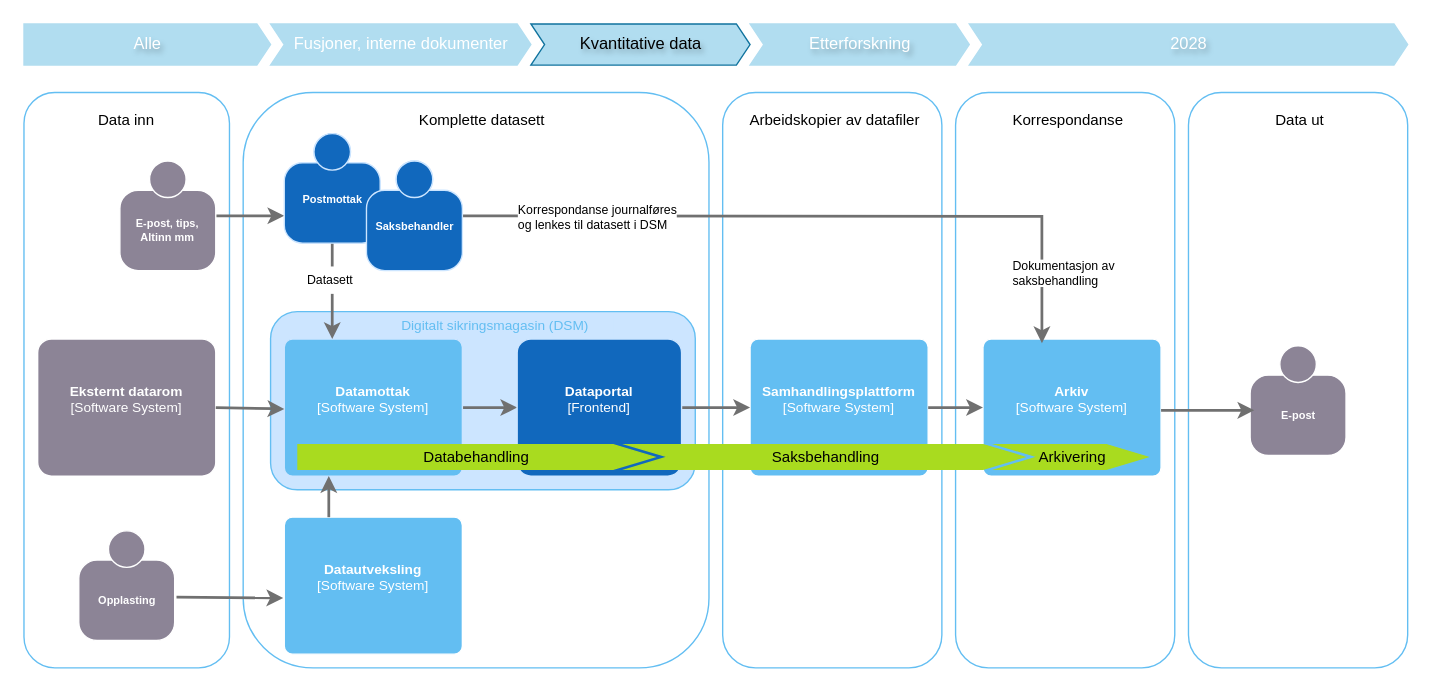
Before: page "2026 Kvantitative data" (3 of 8) of dataflyt.drawio in mortenee/draw.io, a draw.io diagram. Source tidied: cells renumbered, new cells numbered last; positions are measured from the earlier drawing's top-left corner, leaving out a move shared by most shapes. Both pictures are drawn from the tidied source at 137%, with x=0, y=0 at pixel (23, 23).
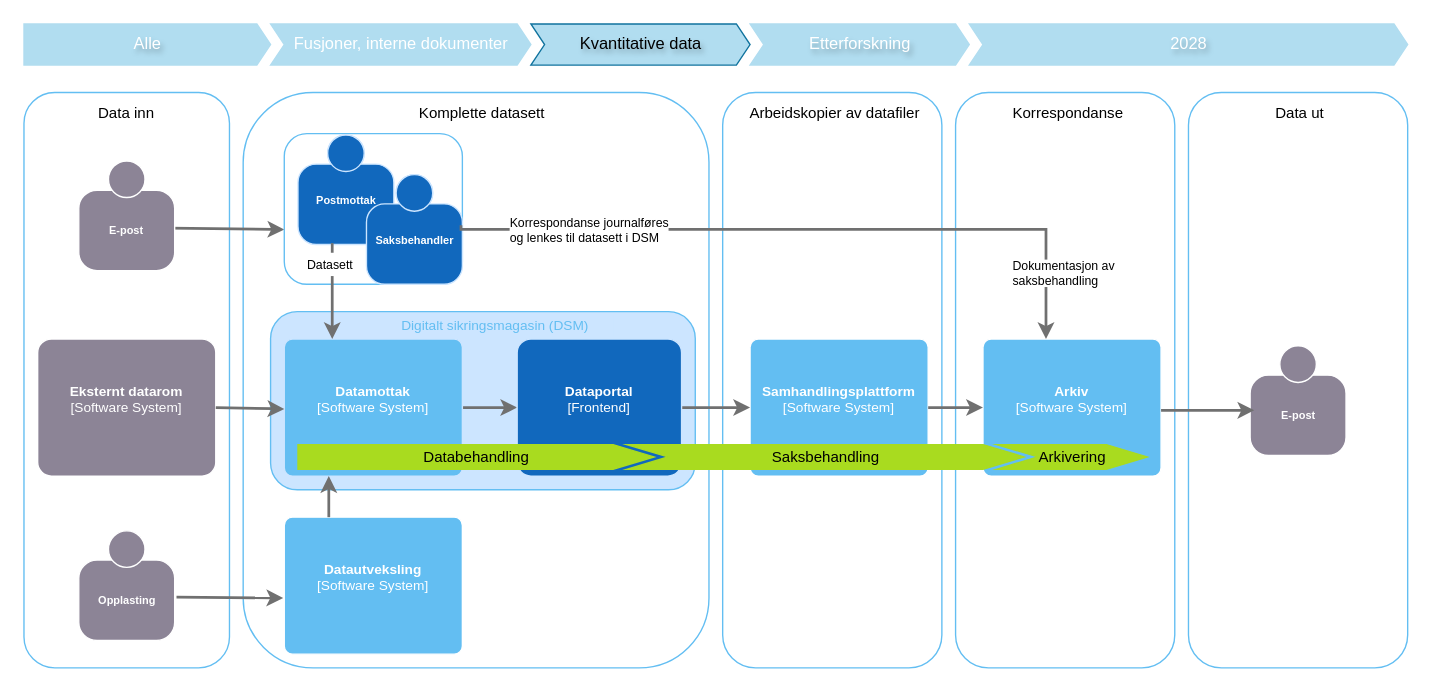
The same page after the edit.

The change refers to these unchanged cells:
```xml
<object id="8" label="&lt;b&gt;%c4Name%&lt;/b&gt;&lt;div&gt;[%c4Type%]&lt;/div&gt;&lt;br&gt;&lt;div&gt;%c4Description%&lt;/div&gt;" c4Description="" c4Name="Arkiv" c4Type="Software System" placeholders="1">
  <mxCell style="rounded=1;whiteSpace=wrap;html=1;labelBackgroundColor=none;fillColor=#63BEF2;align=center;arcSize=6;strokeColor=#FFFFFF;metaData={&quot;c4Type&quot;:{&quot;editable&quot;:false}};points=[[0.25,0,0],[0.5,0,0],[0.75,0,0],[1,0.25,0],[1,0.5,0],[1,0.75,0],[0.75,1,0],[0.5,1,0],[0.25,1,0],[0,0.75,0],[0,0.5,0],[0,0.25,0]];verticalAlign=middle;fontFamily=Helvetica;fontSize=10;fontColor=#ffffff;" parent="1" vertex="1">
    <mxGeometry x="700" y="230" width="130" height="100" as="geometry" />
  </mxCell>
</object>
```

Diff of the diagram source:
```diff
@@
     <mxCell id="10" value="Data inn" style="whiteSpace=wrap;html=1;gradientColor=none;strokeColor=none;fontSize=11;" parent="1" vertex="1">
-      <mxGeometry x="31" y="60" width="88" height="20" as="geometry" />
+      <mxGeometry x="31" y="55" width="88" height="20" as="geometry" />
     </mxCell>
     <mxCell id="11" value="&amp;nbsp; &amp;nbsp;Komplette datasett" style="whiteSpace=wrap;html=1;gradientColor=none;strokeColor=none;fontSize=11;" parent="1" vertex="1">
-      <mxGeometry x="214" y="60" width="232" height="20" as="geometry" />
+      <mxGeometry x="214" y="55" width="232" height="20" as="geometry" />
     </mxCell>
     <mxCell id="12" value="Arbeidskopier av datafiler" style="whiteSpace=wrap;html=1;gradientColor=none;strokeColor=none;align=left;fontSize=11;" parent="1" vertex="1">
-      <mxGeometry x="528" y="60" width="130" height="20" as="geometry" />
+      <mxGeometry x="528" y="55" width="130" height="20" as="geometry" />
     </mxCell>
     <mxCell id="13" value="Korrespondanse" style="whiteSpace=wrap;html=1;gradientColor=none;strokeColor=none;align=left;fontSize=11;" parent="1" vertex="1">
-      <mxGeometry x="720" y="60" width="105" height="20" as="geometry" />
+      <mxGeometry x="720" y="55" width="105" height="20" as="geometry" />
     </mxCell>
@@
     <mxCell id="20" value="Data ut" style="whiteSpace=wrap;html=1;gradientColor=none;strokeColor=none;fontSize=11;" parent="1" vertex="1">
-      <mxGeometry x="895" y="60" width="72.5" height="20" as="geometry" />
+      <mxGeometry x="895" y="55" width="72.5" height="20" as="geometry" />
     </mxCell>
@@
-    <mxCell id="37" style="edgeStyle=none;rounded=0;jettySize=auto;html=1;strokeColor=#707070;strokeWidth=2;fontColor=#707070;entryX=0;entryY=0.5;entryDx=0;entryDy=0;entryPerimeter=0;" parent="1" edge="1" source="38">
+    <mxCell id="37" style="edgeStyle=none;rounded=0;jettySize=auto;html=1;strokeColor=#707070;strokeWidth=2;fontColor=#707070;exitX=0.943;exitY=0.613;exitDx=0;exitDy=0;exitPerimeter=0;" parent="1" edge="1" source="38">
       <mxGeometry relative="1" as="geometry">
-        <mxPoint x="190" y="140" as="targetPoint" />
+        <mxPoint x="190" y="150" as="targetPoint" />
       </mxGeometry>
     </mxCell>
-    <object id="38" label="&lt;b&gt;%c4Name%&lt;/b&gt;&lt;div&gt;%c4Description%&lt;/div&gt;" c4Description="" c4Name="E-post, tips, Altinn mm" placeholders="1">
+    <object id="38" label="&lt;b&gt;%c4Name%&lt;/b&gt;&lt;div&gt;%c4Description%&lt;/div&gt;" c4Description="" c4Name="E-post" placeholders="1">
       <mxCell style="html=1;dashed=0;whitespace=wrap;fillColor=#8C8496;strokeColor=#FFFFFF;fontColor=#ffffff;shape=mxgraph.c4.person;align=center;points=[[0.5,0,0],[1,0.5,0],[1,0.75,0],[0.75,1,0],[0.5,1,0],[0.25,1,0],[0,0.75,0],[0,0.5,0]];metaData={&quot;c4Type&quot;:{&quot;editable&quot;:false}};rounded=1;verticalAlign=middle;arcSize=10;fontFamily=Helvetica;fontSize=8;labelBackgroundColor=none;whiteSpace=wrap;" parent="1" vertex="1">
-        <mxGeometry x="70" y="100" width="70" height="80" as="geometry" />
+        <mxGeometry x="40" y="100" width="70" height="80" as="geometry" />
       </mxCell>
     </object>
-    <mxCell id="39" style="edgeStyle=orthogonalEdgeStyle;rounded=0;jettySize=auto;html=1;strokeColor=#707070;strokeWidth=2;fontColor=#707070;entryX=0.331;entryY=0.03;entryDx=0;entryDy=0;entryPerimeter=0;" parent="1" edge="1" target="8">
-      <mxGeometry relative="1" as="geometry">
-        <mxPoint x="320" y="140" as="sourcePoint" />
-      </mxGeometry>
-    </mxCell>
-    <mxCell id="40" value="Korrespondanse journalføres&lt;div&gt;&lt;span style=&quot;color: light-dark(rgb(0, 0, 0), rgb(255, 255, 255));&quot;&gt;og lenkes&amp;nbsp;&lt;/span&gt;&lt;span style=&quot;color: light-dark(rgb(0, 0, 0), rgb(255, 255, 255));&quot;&gt;til datasett i DSM&lt;/span&gt;&lt;/div&gt;" style="edgeLabel;html=1;align=left;verticalAlign=middle;fontSize=9;" parent="39" vertex="1">
-      <mxGeometry x="-0.74" y="-1" relative="1" as="geometry">
-        <mxPoint x="-28" y="-1" as="offset" />
-      </mxGeometry>
-    </mxCell>
-    <mxCell id="41" style="edgeStyle=none;rounded=0;jettySize=auto;html=1;strokeColor=#707070;strokeWidth=2;fontColor=#707070;exitX=0.5;exitY=1;exitDx=0;exitDy=0;exitPerimeter=0;" parent="1" edge="1" source="42">
-      <mxGeometry relative="1" as="geometry">
-        <mxPoint x="225" y="230" as="targetPoint" />
-      </mxGeometry>
-    </mxCell>
+    <mxCell id="46" style="rounded=1;whiteSpace=wrap;html=1;labelBorderColor=none;shadow=0;strokeColor=#63BEF2;" parent="1" vertex="1">
+      <mxGeometry x="190" y="80" width="130" height="110" as="geometry" />
+    </mxCell>
     <object id="42" label="&lt;b&gt;%c4Name%&lt;/b&gt;&lt;div&gt;%c4Description%&lt;/div&gt;" c4Description="" c4Name=" Postmottak" placeholders="1">
       <mxCell style="html=1;dashed=0;whitespace=wrap;fillColor=#1168BD;strokeColor=#CCE5FF;fontColor=#ffffff;shape=mxgraph.c4.person;align=center;points=[[0.5,0,0],[1,0.5,0],[1,0.75,0],[0.75,1,0],[0.5,1,0],[0.25,1,0],[0,0.75,0],[0,0.5,0]];metaData={&quot;c4Type&quot;:{&quot;editable&quot;:false}};rounded=1;verticalAlign=middle;arcSize=10;fontFamily=Helvetica;fontSize=8;labelBackgroundColor=none;spacingBottom=6;" parent="1" vertex="1">
-        <mxGeometry x="190" y="80" width="70" height="80" as="geometry" />
+        <mxGeometry x="200" y="81" width="70" height="80" as="geometry" />
       </mxCell>
     </object>
     <object id="43" label="&lt;b&gt;%c4Name%&lt;/b&gt;&lt;div&gt;%c4Description%&lt;/div&gt;" c4Description="" c4Name="Saksbehandler" placeholders="1">
       <mxCell style="html=1;dashed=0;whitespace=wrap;fillColor=#1168BD;strokeColor=#CCE5FF;fontColor=#ffffff;shape=mxgraph.c4.person;align=center;metaData={&quot;c4Type&quot;:{&quot;editable&quot;:false}};rounded=1;verticalAlign=middle;arcSize=10;fontFamily=Helvetica;fontSize=8;labelBackgroundColor=none;spacingBottom=6;" parent="1" vertex="1">
-        <mxGeometry x="250" y="100" width="70" height="80" as="geometry" />
+        <mxGeometry x="250" y="110" width="70" height="80" as="geometry" />
       </mxCell>
     </object>
+    <mxCell id="47" style="edgeStyle=none;rounded=0;orthogonalLoop=1;jettySize=auto;html=1;strokeColor=#707070;strokeWidth=2;fontColor=#707070;exitX=0.5;exitY=1;exitDx=0;exitDy=0;exitPerimeter=0;" parent="1" edge="1">
+      <mxGeometry relative="1" as="geometry">
+        <mxPoint x="225" y="160" as="sourcePoint" />
+        <mxPoint x="225" y="230" as="targetPoint" />
+      </mxGeometry>
+    </mxCell>
+    <mxCell id="45" value="Datasett" style="whiteSpace=wrap;html=1;gradientColor=none;strokeColor=none;align=left;fontSize=9;" parent="1" vertex="1">
+      <mxGeometry x="205" y="167" width="35" height="17" as="geometry" />
+    </mxCell>
+    <mxCell id="48" style="edgeStyle=orthogonalEdgeStyle;rounded=0;orthogonalLoop=1;jettySize=auto;html=1;strokeColor=#707070;strokeWidth=2;fontColor=#707070;exitX=0.986;exitY=0.625;exitDx=0;exitDy=0;exitPerimeter=0;entryX=0.346;entryY=0.03;entryDx=0;entryDy=0;entryPerimeter=0;" parent="1" edge="1">
+      <mxGeometry relative="1" as="geometry">
+        <mxPoint x="319" y="147" as="sourcePoint" />
+        <mxPoint x="746" y="230" as="targetPoint" />
+        <Array as="points">
+          <mxPoint x="319" y="150" />
+          <mxPoint x="746" y="150" />
+        </Array>
+      </mxGeometry>
+    </mxCell>
+    <mxCell id="40" value="&lt;span&gt;Korrespondanse journalføres&lt;/span&gt;&lt;div&gt;&lt;span style=&quot;color: light-dark(rgb(0, 0, 0), rgb(255, 255, 255)); background-color: light-dark(#ffffff, var(--ge-dark-color, #121212));&quot;&gt;og lenkes&amp;nbsp;&lt;/span&gt;&lt;span style=&quot;color: light-dark(rgb(0, 0, 0), rgb(255, 255, 255)); background-color: light-dark(#ffffff, var(--ge-dark-color, #121212));&quot;&gt;til datasett i DSM&lt;/span&gt;&lt;/div&gt;" style="edgeLabel;html=1;align=left;verticalAlign=middle;fontSize=9;" parent="48" vertex="1">
+      <mxGeometry x="-0.74" y="-1" relative="1" as="geometry">
+        <mxPoint x="-29" y="-1" as="offset" />
+      </mxGeometry>
+    </mxCell>
     <mxCell id="44" value="Dokumentasjon av saksbehandling" style="whiteSpace=wrap;html=1;gradientColor=none;strokeColor=none;align=left;fontSize=9;" parent="1" vertex="1">
-      <mxGeometry x="720" y="172" width="91" height="20" as="geometry" />
+      <mxGeometry x="720" y="172" width="84" height="20" as="geometry" />
     </mxCell>
-    <mxCell id="45" value="Datasett" style="whiteSpace=wrap;html=1;gradientColor=none;strokeColor=none;align=left;fontSize=9;" parent="1" vertex="1">
-      <mxGeometry x="205" y="177" width="35" height="20" as="geometry" />
-    </mxCell>
```
